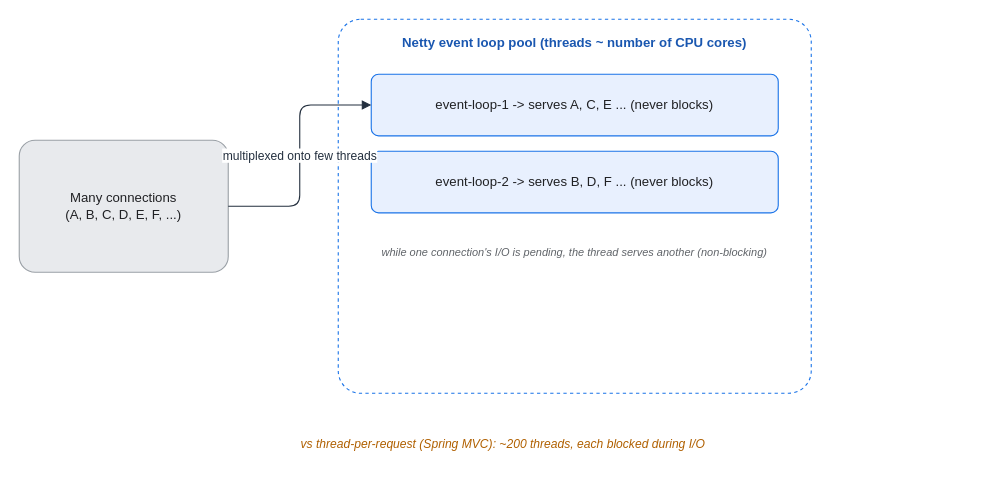
The draw.io diagram assets/img/spring/spring-11-webflux-event-loop.drawio in KKamJi98/kkamji98.github.io, before the edit. Source tidied: cells renumbered, new cells numbered last; positions are measured from the earlier drawing's top-left corner, leaving out a move shared by most shapes. Both pictures are drawn from the tidied source at 110%, with x=0, y=0 at pixel (19, 19).
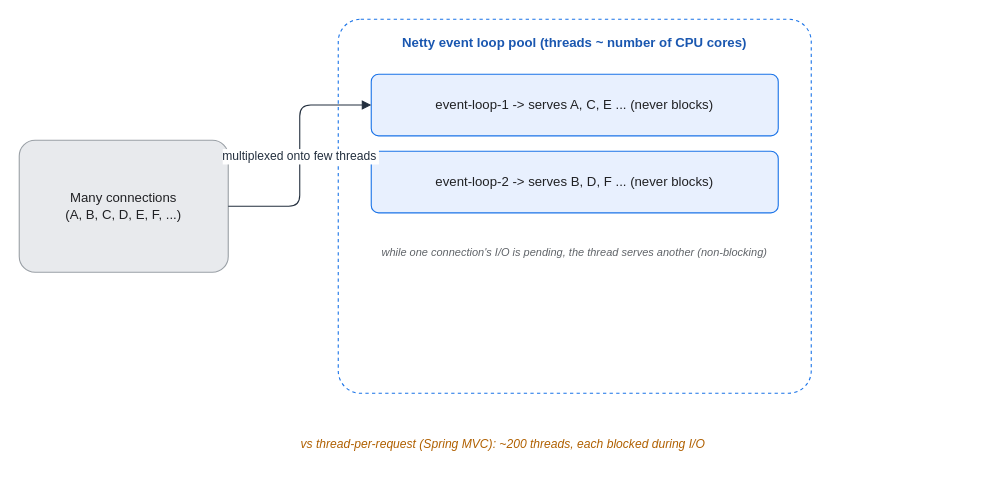
Above is the later version.

What changed in the source:
```diff
@@
 <mxGraphModel background="#FFFFFF">
   <root>
     <mxCell id="0" />
     <mxCell id="1" parent="0" />
     <mxCell id="2" value="Many connections&#10;(A, B, C, D, E, F, ...)" style="rounded=1;whiteSpace=wrap;html=1;arcSize=12;shadow=0;fillColor=#E8EAED;strokeColor=#9AA0A6;fontColor=#202124;" parent="1" vertex="1">
       <mxGeometry y="110" width="190" height="120" as="geometry" />
     </mxCell>
     <mxCell id="3" value="Netty event loop pool (threads ~ number of CPU cores)" style="rounded=1;whiteSpace=wrap;html=1;arcSize=6;shadow=0;fillColor=#FFFFFF;strokeColor=#1A73E8;fontColor=#1A57B0;fontStyle=1;verticalAlign=top;align=center;dashed=1;spacingTop=8;" parent="1" vertex="1">
       <mxGeometry x="290" width="430" height="340" as="geometry" />
     </mxCell>
     <mxCell id="4" value="event-loop-1  -&gt;  serves A, C, E ...  (never blocks)" style="rounded=1;whiteSpace=wrap;html=1;arcSize=12;shadow=0;fillColor=#E8F0FE;strokeColor=#1A73E8;fontColor=#202124;" parent="1" vertex="1">
       <mxGeometry x="320" y="50" width="370" height="56" as="geometry" />
     </mxCell>
     <mxCell id="5" value="event-loop-2  -&gt;  serves B, D, F ...  (never blocks)" style="rounded=1;whiteSpace=wrap;html=1;arcSize=12;shadow=0;fillColor=#E8F0FE;strokeColor=#1A73E8;fontColor=#202124;" parent="1" vertex="1">
       <mxGeometry x="320" y="120" width="370" height="56" as="geometry" />
     </mxCell>
     <mxCell id="6" value="while one connection's I/O is pending, the thread serves another (non-blocking)" style="text;html=1;align=center;verticalAlign=middle;whiteSpace=wrap;fontSize=10;fontColor=#5F6368;fontStyle=2;" parent="1" vertex="1">
       <mxGeometry x="320" y="192" width="370" height="40" as="geometry" />
     </mxCell>
     <mxCell id="7" value="vs thread-per-request (Spring MVC): ~200 threads, each blocked during I/O" style="text;html=1;align=center;verticalAlign=middle;whiteSpace=wrap;fontSize=11;fontColor=#B06000;fontStyle=2;" parent="1" vertex="1">
       <mxGeometry x="20" y="372" width="840" height="28" as="geometry" />
     </mxCell>
-    <mxCell id="8" value="multiplexed onto few threads" style="edgeStyle=orthogonalEdgeStyle;rounded=1;html=1;fontColor=#232F3E;strokeColor=#232F3E;labelBackgroundColor=#FFFFFF;endArrow=block;exitX=1;exitY=0.5;exitDx=0;exitDy=0;entryX=0;entryY=0.5;entryDx=0;entryDy=0;" parent="1" edge="1" source="2" target="4">
+    <mxCell id="8" value="multiplexed onto few threads" style="edgeStyle=orthogonalEdgeStyle;rounded=1;html=0;fontColor=#232F3E;strokeColor=#232F3E;labelBackgroundColor=#FFFFFF;endArrow=block;exitX=1;exitY=0.5;exitDx=0;exitDy=0;entryX=0;entryY=0.5;entryDx=0;entryDy=0;" parent="1" edge="1" source="2" target="4">
       <mxGeometry relative="1" as="geometry" />
     </mxCell>
   </root>
 </mxGraphModel>
```
